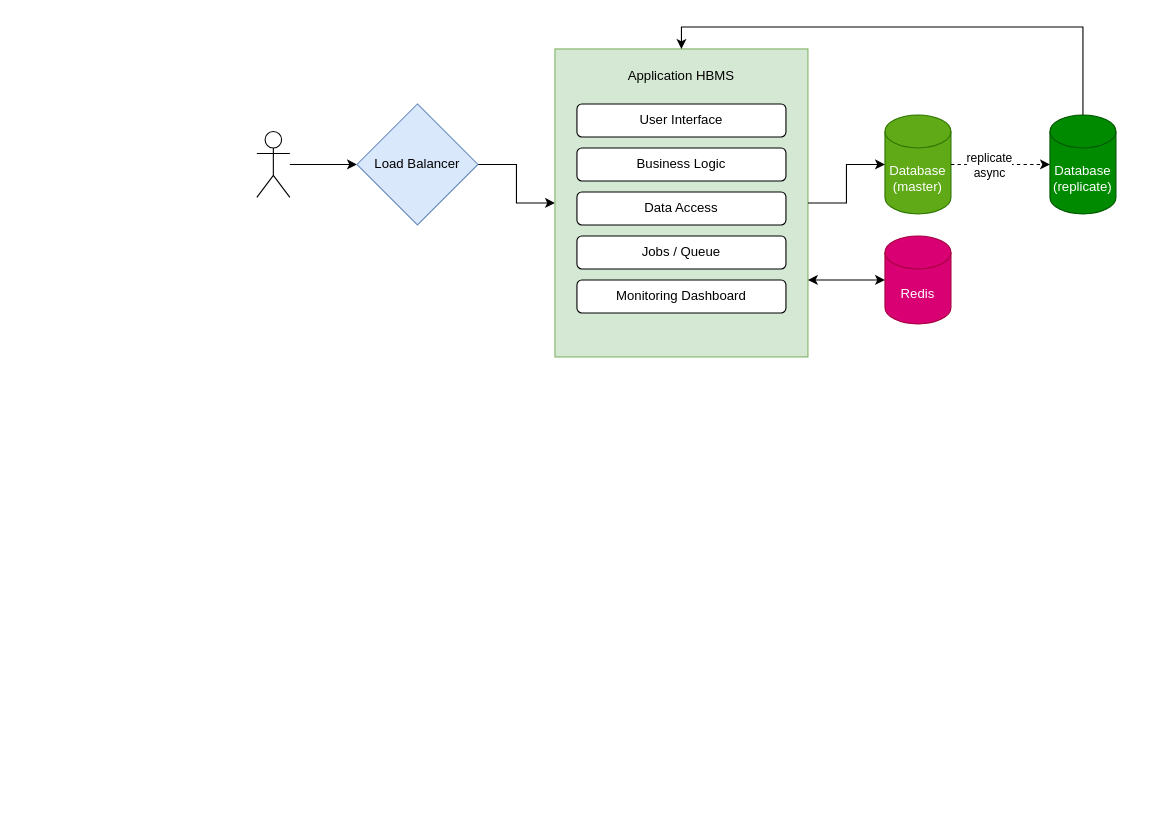
This is HBMS new HLD.drawio from Logique-ID/.github, a draw.io file, before an edit. Source tidied: cells renumbered, new cells numbered last; positions are measured from the earlier drawing's top-left corner, leaving out a move shared by most shapes. Both pictures are drawn from the tidied source at 110%, with x=0, y=0 at pixel (256, 26).
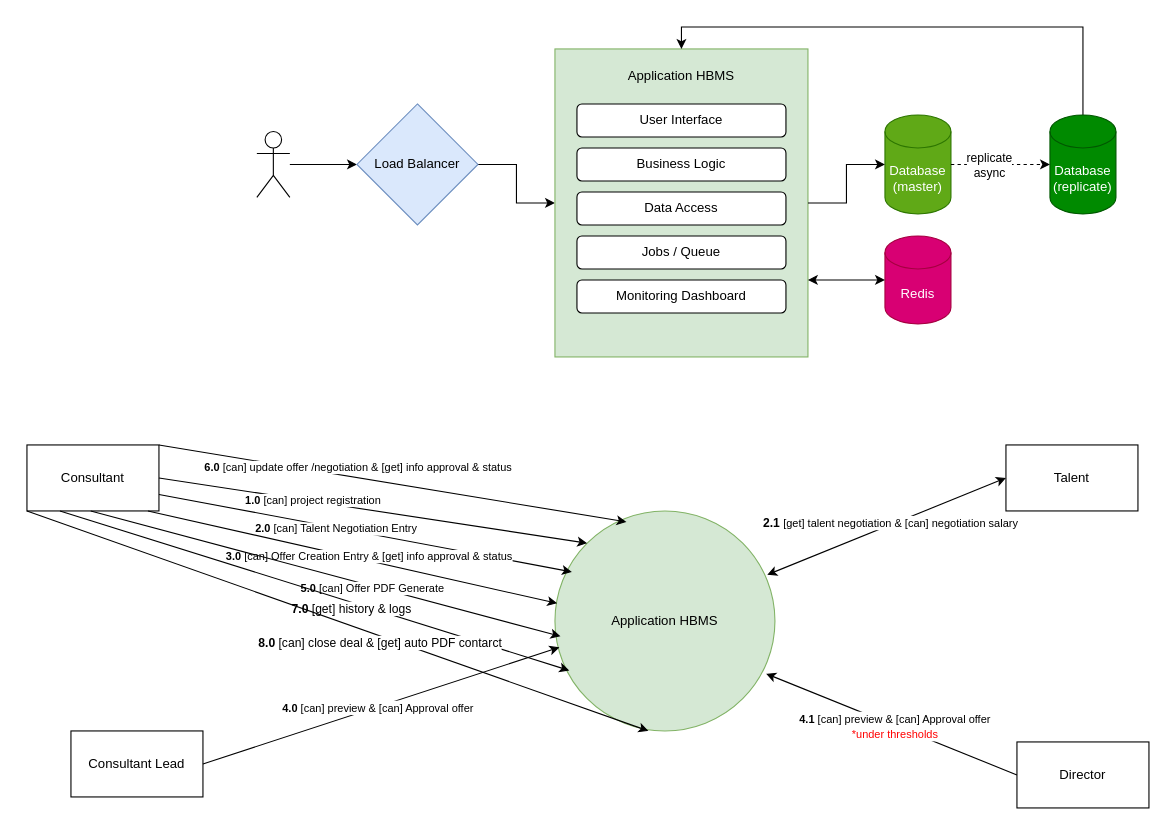
Above is the later version.

Change to the diagram source:
```diff
@@
+    <mxCell id="20" value="Consultant" style="rounded=0;whiteSpace=wrap;html=1;" parent="1" vertex="1">
+      <mxGeometry x="-209" y="380" width="120" height="60" as="geometry" />
+    </mxCell>
+    <mxCell id="21" value="&lt;div&gt;Application HBMS&lt;/div&gt;" style="ellipse;whiteSpace=wrap;html=1;fillColor=#d5e8d4;strokeColor=#82b366;" parent="1" vertex="1">
+      <mxGeometry x="271" y="440" width="200" height="200" as="geometry" />
+    </mxCell>
+    <mxCell id="22" value="Talent" style="rounded=0;whiteSpace=wrap;html=1;" parent="1" vertex="1">
+      <mxGeometry x="681" y="380" width="120" height="60" as="geometry" />
+    </mxCell>
+    <mxCell id="23" value="Consultant Lead" style="rounded=0;whiteSpace=wrap;html=1;" parent="1" vertex="1">
+      <mxGeometry x="-169" y="640" width="120" height="60" as="geometry" />
+    </mxCell>
+    <mxCell id="24" value="Director" style="rounded=0;whiteSpace=wrap;html=1;" parent="1" vertex="1">
+      <mxGeometry x="691" y="650" width="120" height="60" as="geometry" />
+    </mxCell>
+    <mxCell id="25" style="endArrow=classic;html=1;rounded=0;exitX=1;exitY=0.5;exitDx=0;exitDy=0;entryX=0;entryY=0;entryDx=0;entryDy=0;" parent="1" edge="1" source="20" target="21">
+      <mxGeometry relative="1" as="geometry" />
+    </mxCell>
+    <mxCell id="26" value="&lt;b&gt;1.0 &lt;/b&gt;[can] project registration" style="edgeLabel;html=1;align=center;verticalAlign=middle;fontSize=10;" parent="25" vertex="1">
+      <mxGeometry x="-0.09" y="2" relative="1" as="geometry">
+        <mxPoint x="-38" y="-5" as="offset" />
+      </mxGeometry>
+    </mxCell>
+    <mxCell id="27" style="endArrow=classic;html=1;rounded=0;exitX=1;exitY=0.75;exitDx=0;exitDy=0;entryX=0.077;entryY=0.277;entryDx=0;entryDy=0;entryPerimeter=0;" parent="1" edge="1" source="20" target="21">
+      <mxGeometry relative="1" as="geometry" />
+    </mxCell>
+    <mxCell id="28" value="&lt;b&gt;2.0 &lt;/b&gt;[can] Talent Negotiation Entry" style="edgeLabel;html=1;align=center;verticalAlign=middle;fontSize=10;" parent="27" vertex="1">
+      <mxGeometry x="-0.09" y="2" relative="1" as="geometry">
+        <mxPoint x="-11" as="offset" />
+      </mxGeometry>
+    </mxCell>
+    <mxCell id="29" style="endArrow=classic;startArrow=classic;html=1;rounded=0;entryX=0;entryY=0.5;entryDx=0;entryDy=0;exitX=0.965;exitY=0.29;exitDx=0;exitDy=0;exitPerimeter=0;" parent="1" edge="1" source="21" target="22">
+      <mxGeometry relative="1" as="geometry" />
+    </mxCell>
+    <mxCell id="30" value="&lt;b&gt;2.1 &lt;/b&gt;&lt;font style=&quot;font-size: 10px;&quot;&gt;[get] talent negotiation &amp;amp; [can] &lt;/font&gt;&lt;font style=&quot;font-size: 10px;&quot;&gt;negotiation salary&lt;br&gt;&lt;/font&gt;" style="edgeLabel;html=1;align=center;verticalAlign=middle;" parent="29" vertex="1">
+      <mxGeometry x="0.03" y="2" relative="1" as="geometry" />
+    </mxCell>
+    <mxCell id="31" style="endArrow=classic;html=1;rounded=0;exitX=1;exitY=0.75;exitDx=0;exitDy=0;entryX=0.01;entryY=0.42;entryDx=0;entryDy=0;entryPerimeter=0;" parent="1" edge="1" target="21">
+      <mxGeometry relative="1" as="geometry">
+        <mxPoint x="-99" y="440" as="sourcePoint" />
+      </mxGeometry>
+    </mxCell>
+    <mxCell id="32" value="&lt;b&gt;3.0 &lt;/b&gt;[can] Offer Creation Entry &amp;amp; [get] info approval &amp;amp; status" style="edgeLabel;html=1;align=center;verticalAlign=middle;fontSize=10;" parent="31" vertex="1">
+      <mxGeometry x="-0.09" y="2" relative="1" as="geometry">
+        <mxPoint x="30" y="4" as="offset" />
+      </mxGeometry>
+    </mxCell>
+    <mxCell id="33" style="endArrow=classic;html=1;rounded=0;entryX=0.02;entryY=0.62;entryDx=0;entryDy=0;entryPerimeter=0;exitX=1;exitY=0.5;exitDx=0;exitDy=0;" parent="1" edge="1" source="23" target="21">
+      <mxGeometry relative="1" as="geometry" />
+    </mxCell>
+    <mxCell id="34" value="&lt;font style=&quot;font-size: 10px;&quot;&gt;&lt;b&gt;4.0&lt;/b&gt; [can] preview &amp;amp; [can] Approval offer &lt;/font&gt;" style="edgeLabel;html=1;align=center;verticalAlign=middle;" parent="33" vertex="1">
+      <mxGeometry x="-0.02" relative="1" as="geometry" />
+    </mxCell>
+    <mxCell id="35" style="endArrow=classic;html=1;rounded=0;entryX=0.96;entryY=0.74;entryDx=0;entryDy=0;entryPerimeter=0;exitX=0;exitY=0.5;exitDx=0;exitDy=0;" parent="1" edge="1" source="24" target="21">
+      <mxGeometry relative="1" as="geometry" />
+    </mxCell>
+    <mxCell id="36" value="&lt;div&gt;&lt;font style=&quot;font-size: 10px;&quot;&gt;&lt;b&gt;4.1&lt;/b&gt; [can] preview &amp;amp; [can] Approval offer &lt;br&gt;&lt;/font&gt;&lt;/div&gt;&lt;div&gt;&lt;font style=&quot;font-size: 10px; color: rgb(255, 0, 0);&quot;&gt;*under thresholds&lt;br&gt;&lt;/font&gt;&lt;/div&gt;" style="edgeLabel;html=1;align=center;verticalAlign=middle;" parent="35" vertex="1">
+      <mxGeometry x="-0.02" relative="1" as="geometry" />
+    </mxCell>
+    <mxCell id="37" style="endArrow=classic;html=1;rounded=0;exitX=0.5;exitY=1;exitDx=0;exitDy=0;entryX=0.025;entryY=0.57;entryDx=0;entryDy=0;entryPerimeter=0;" parent="1" edge="1" target="21">
+      <mxGeometry relative="1" as="geometry">
+        <mxPoint x="-151" y="440" as="sourcePoint" />
+      </mxGeometry>
+    </mxCell>
+    <mxCell id="38" value="&lt;b&gt;5.0&lt;/b&gt; [can] Offer PDF Generate" style="edgeLabel;html=1;align=center;verticalAlign=middle;fontSize=10;" parent="37" vertex="1">
+      <mxGeometry x="-0.17" y="4" relative="1" as="geometry">
+        <mxPoint x="78" y="26" as="offset" />
+      </mxGeometry>
+    </mxCell>
+    <mxCell id="39" style="endArrow=classic;html=1;rounded=0;exitX=1;exitY=0;exitDx=0;exitDy=0;entryX=0.325;entryY=0.05;entryDx=0;entryDy=0;entryPerimeter=0;" parent="1" edge="1" source="20" target="21">
+      <mxGeometry relative="1" as="geometry" />
+    </mxCell>
+    <mxCell id="40" value="&lt;b&gt;6.0&lt;/b&gt; [can] update offer /negotiation &amp;amp;  [get] info approval &amp;amp; status" style="edgeLabel;html=1;align=center;verticalAlign=middle;fontSize=10;" parent="39" vertex="1">
+      <mxGeometry x="-0.06" y="1" relative="1" as="geometry">
+        <mxPoint x="-19" y="-12" as="offset" />
+      </mxGeometry>
+    </mxCell>
+    <mxCell id="41" style="endArrow=classic;html=1;rounded=0;exitX=0.25;exitY=1;exitDx=0;exitDy=0;entryX=0.065;entryY=0.725;entryDx=0;entryDy=0;entryPerimeter=0;" parent="1" edge="1" source="20" target="21">
+      <mxGeometry relative="1" as="geometry" />
+    </mxCell>
+    <mxCell id="42" value="&lt;b&gt;7.0&lt;/b&gt; [get] history &amp;amp; logs" style="edgeLabel;html=1;align=center;verticalAlign=middle;" parent="41" vertex="1">
+      <mxGeometry x="0.1" y="-1" relative="1" as="geometry">
+        <mxPoint x="10" y="8" as="offset" />
+      </mxGeometry>
+    </mxCell>
+    <mxCell id="43" style="endArrow=classic;html=1;rounded=0;entryX=0.45;entryY=1.015;entryDx=0;entryDy=0;entryPerimeter=0;" parent="1" edge="1">
+      <mxGeometry relative="1" as="geometry">
+        <mxPoint x="-209" y="440" as="sourcePoint" />
+        <mxPoint x="356" y="640" as="targetPoint" />
+      </mxGeometry>
+    </mxCell>
+    <mxCell id="44" value="&lt;b&gt;8.0&lt;/b&gt; [can] close deal &amp;amp; [get] auto PDF contarct" style="edgeLabel;html=1;align=center;verticalAlign=middle;" parent="43" vertex="1">
+      <mxGeometry x="0.1" y="-1" relative="1" as="geometry">
+        <mxPoint x="10" y="8" as="offset" />
+      </mxGeometry>
+    </mxCell>
```
